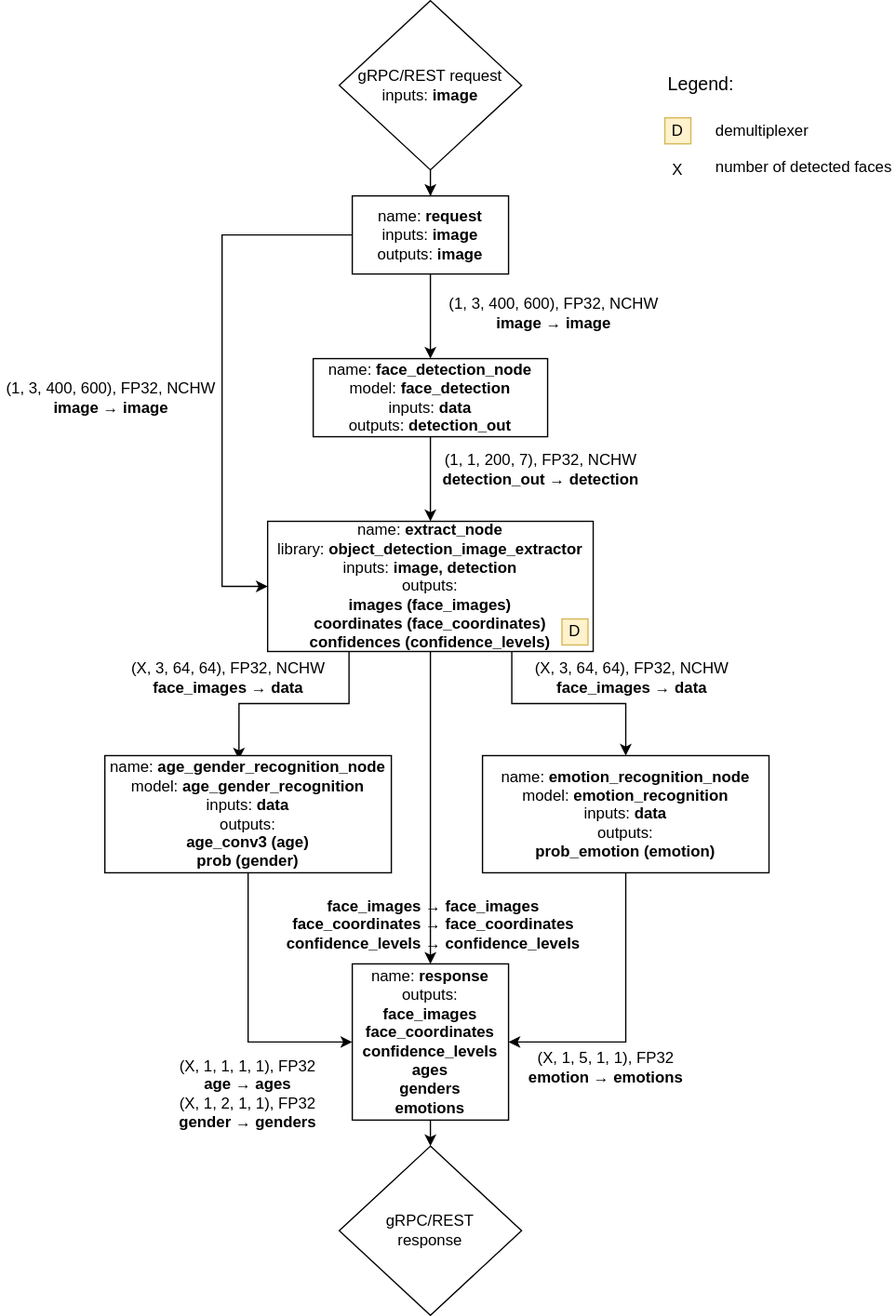
The draw.io diagram docs/faces_analysis_graph.svg in openvinotoolkit/model_server, before a commit. Source tidied: cells renumbered, new cells last; positions are measured from the earlier drawing's top-left corner, leaving out a move shared by most shapes.
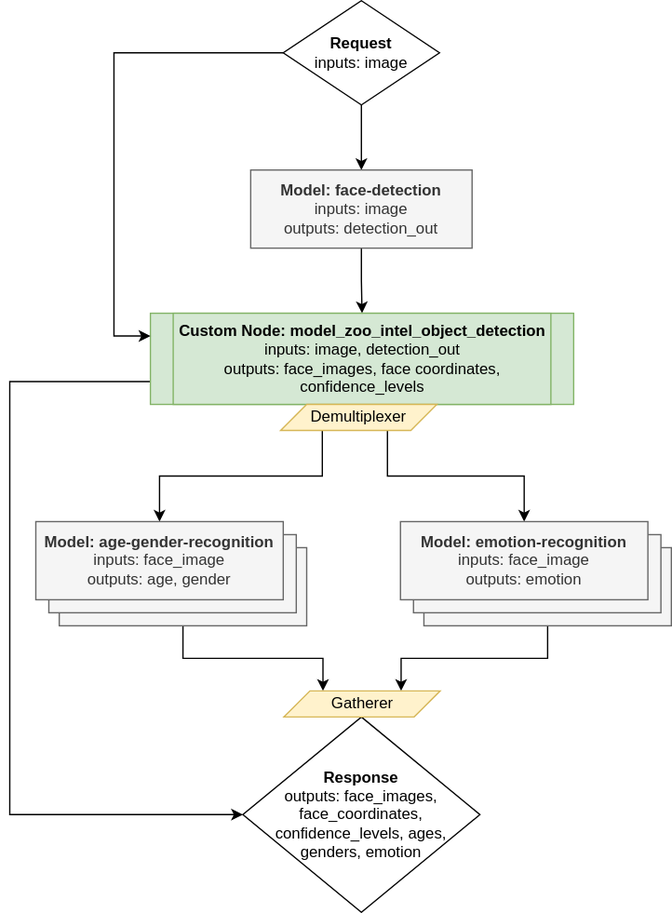
After the commit.

Diff of the diagram source:
```diff
@@ -2,106 +2,88 @@
   <root>
     <mxCell id="0" />
     <mxCell id="1" parent="0" />
-    <mxCell id="2" style="edgeStyle=orthogonalEdgeStyle;rounded=0;jettySize=auto;html=1;entryX=0.5;entryY=0;entryDx=0;entryDy=0;" parent="1" edge="1" source="3" target="6">
-      <mxGeometry relative="1" as="geometry" />
-    </mxCell>
-    <mxCell id="3" value="gRPC/REST request&lt;br&gt;inputs: &lt;b&gt;image&lt;/b&gt;" style="rhombus;whiteSpace=wrap;html=1;" parent="1" vertex="1">
-      <mxGeometry x="260" width="140" height="130" as="geometry" />
-    </mxCell>
-    <mxCell id="4" style="edgeStyle=orthogonalEdgeStyle;rounded=0;jettySize=auto;html=1;entryX=0;entryY=0.5;entryDx=0;entryDy=0;" parent="1" edge="1" source="6" target="12">
-      <mxGeometry relative="1" as="geometry">
-        <Array as="points">
-          <mxPoint x="170" y="180" />
-          <mxPoint x="170" y="450" />
-        </Array>
-      </mxGeometry>
-    </mxCell>
-    <mxCell id="5" style="edgeStyle=orthogonalEdgeStyle;rounded=0;jettySize=auto;html=1;entryX=0.5;entryY=0;entryDx=0;entryDy=0;" parent="1" edge="1" source="6" target="8">
-      <mxGeometry relative="1" as="geometry" />
-    </mxCell>
-    <mxCell id="6" value="name: &lt;b&gt;request&lt;/b&gt;&lt;br&gt;inputs: &lt;b&gt;image&lt;/b&gt;&lt;br&gt;outputs: &lt;b&gt;image&lt;/b&gt;" style="rounded=0;whiteSpace=wrap;html=1;" parent="1" vertex="1">
-      <mxGeometry x="270" y="150" width="120" height="60" as="geometry" />
-    </mxCell>
-    <mxCell id="7" style="edgeStyle=orthogonalEdgeStyle;rounded=0;jettySize=auto;html=1;entryX=0.5;entryY=0;entryDx=0;entryDy=0;" parent="1" edge="1" source="8" target="12">
-      <mxGeometry relative="1" as="geometry" />
-    </mxCell>
-    <mxCell id="8" value="name: &lt;b&gt;face_detection_node&lt;/b&gt;&lt;br&gt;model: &lt;b&gt;face_detection&lt;/b&gt;&lt;br&gt;inputs: &lt;b&gt;data&lt;/b&gt;&lt;br&gt;outputs: &lt;b&gt;detection_out&lt;/b&gt;" style="rounded=0;whiteSpace=wrap;html=1;" parent="1" vertex="1">
-      <mxGeometry x="240" y="275" width="180" height="60" as="geometry" />
-    </mxCell>
-    <mxCell id="9" style="edgeStyle=orthogonalEdgeStyle;rounded=0;jettySize=auto;html=1;exitX=0.75;exitY=1;exitDx=0;exitDy=0;entryX=0.5;entryY=0;entryDx=0;entryDy=0;" parent="1" edge="1" source="12" target="16">
-      <mxGeometry relative="1" as="geometry" />
-    </mxCell>
-    <mxCell id="10" style="edgeStyle=orthogonalEdgeStyle;rounded=0;jettySize=auto;html=1;exitX=0.25;exitY=1;exitDx=0;exitDy=0;entryX=0.468;entryY=0.033;entryDx=0;entryDy=0;entryPerimeter=0;" parent="1" edge="1" source="12" target="14">
-      <mxGeometry relative="1" as="geometry" />
-    </mxCell>
-    <mxCell id="11" style="edgeStyle=orthogonalEdgeStyle;rounded=0;jettySize=auto;html=1;entryX=0.5;entryY=0;entryDx=0;entryDy=0;" parent="1" edge="1" source="12" target="23">
-      <mxGeometry relative="1" as="geometry" />
-    </mxCell>
-    <mxCell id="12" value="name: &lt;b&gt;extract_node&lt;/b&gt;&lt;br&gt;library: &lt;b&gt;object_detection_image_extractor&lt;/b&gt;&lt;br&gt;inputs: &lt;b&gt;image, detection&lt;/b&gt;&lt;br&gt;outputs: &lt;br&gt;&lt;b&gt;images (face_images)&lt;br&gt;coordinates (face_coordinates)&lt;br&gt;confidences (confidence_levels)&lt;/b&gt;" style="rounded=0;whiteSpace=wrap;html=1;" parent="1" vertex="1">
-      <mxGeometry x="205" y="400" width="250" height="100" as="geometry" />
-    </mxCell>
-    <mxCell id="13" style="edgeStyle=orthogonalEdgeStyle;rounded=0;jettySize=auto;html=1;exitX=0.5;exitY=1;exitDx=0;exitDy=0;entryX=0;entryY=0.5;entryDx=0;entryDy=0;" parent="1" edge="1" source="14" target="23">
-      <mxGeometry relative="1" as="geometry" />
-    </mxCell>
-    <mxCell id="14" value="name: &lt;b&gt;age_gender_recognition_node&lt;/b&gt;&lt;br&gt;model: &lt;b&gt;age_gender_recognition&lt;/b&gt;&lt;br&gt;inputs: &lt;b&gt;data&lt;/b&gt;&lt;br&gt;outputs: &lt;br&gt;&lt;b&gt;age_conv3 (age)&lt;br&gt;prob (gender)&lt;/b&gt;" style="rounded=0;whiteSpace=wrap;html=1;" parent="1" vertex="1">
-      <mxGeometry x="80" y="580" width="220" height="90" as="geometry" />
-    </mxCell>
-    <mxCell id="15" style="edgeStyle=orthogonalEdgeStyle;rounded=0;jettySize=auto;html=1;exitX=0.5;exitY=1;exitDx=0;exitDy=0;entryX=1;entryY=0.5;entryDx=0;entryDy=0;" parent="1" edge="1" source="16" target="23">
-      <mxGeometry relative="1" as="geometry" />
-    </mxCell>
-    <mxCell id="16" value="name: &lt;b&gt;emotion_recognition_node&lt;/b&gt;&lt;br&gt;model: &lt;b&gt;emotion_recognition&lt;/b&gt;&lt;br&gt;inputs: &lt;b&gt;data&lt;/b&gt;&lt;br&gt;outputs: &lt;br&gt;&lt;b&gt;prob_emotion (emotion)&lt;/b&gt;" style="rounded=0;whiteSpace=wrap;html=1;" parent="1" vertex="1">
-      <mxGeometry x="370" y="580" width="220" height="90" as="geometry" />
-    </mxCell>
-    <mxCell id="17" value="(1, 3, 400, 600), FP32, NCHW&lt;br&gt;&lt;b&gt;image → image&lt;/b&gt;" style="text;html=1;strokeColor=none;fillColor=none;align=center;verticalAlign=middle;whiteSpace=wrap;rounded=0;" parent="1" vertex="1">
-      <mxGeometry x="340" y="230" width="170" height="20" as="geometry" />
-    </mxCell>
-    <mxCell id="18" value="(1, 1, 200, 7), FP32, NCHW&lt;br&gt;&lt;b&gt;detection_out → detection&lt;/b&gt;" style="text;html=1;strokeColor=none;fillColor=none;align=center;verticalAlign=middle;whiteSpace=wrap;rounded=0;" parent="1" vertex="1">
-      <mxGeometry x="330" y="350" width="170" height="20" as="geometry" />
-    </mxCell>
-    <mxCell id="19" value="(X, 3, 64, 64), FP32, NCHW&lt;br&gt;&lt;b&gt;face_images → data&lt;/b&gt;" style="text;html=1;strokeColor=none;fillColor=none;align=center;verticalAlign=middle;whiteSpace=wrap;rounded=0;" parent="1" vertex="1">
-      <mxGeometry x="400" y="510" width="170" height="20" as="geometry" />
-    </mxCell>
-    <mxCell id="20" value="(X, 3, 64, 64), FP32, NCHW&lt;br&gt;&lt;b&gt;face_images → data&lt;/b&gt;" style="text;html=1;strokeColor=none;fillColor=none;align=center;verticalAlign=middle;whiteSpace=wrap;rounded=0;" parent="1" vertex="1">
-      <mxGeometry x="90" y="510" width="170" height="20" as="geometry" />
-    </mxCell>
-    <mxCell id="21" value="(1, 3, 400, 600), FP32, NCHW&lt;br&gt;&lt;b&gt;image → image&lt;/b&gt;" style="text;html=1;strokeColor=none;fillColor=none;align=center;verticalAlign=middle;whiteSpace=wrap;rounded=0;" parent="1" vertex="1">
-      <mxGeometry y="295" width="170" height="20" as="geometry" />
-    </mxCell>
-    <mxCell id="22" style="edgeStyle=orthogonalEdgeStyle;rounded=0;jettySize=auto;html=1;exitX=0.5;exitY=1;exitDx=0;exitDy=0;entryX=0.5;entryY=0;entryDx=0;entryDy=0;" parent="1" edge="1" source="23" target="27">
-      <mxGeometry relative="1" as="geometry" />
-    </mxCell>
-    <mxCell id="23" value="name: &lt;b&gt;response&lt;/b&gt;&lt;br&gt;outputs:&lt;br&gt;&lt;b&gt;face_images&lt;br&gt;face_coordinates&lt;br&gt;confidence_levels&lt;br&gt;ages&lt;br&gt;genders&lt;br&gt;emotions&lt;/b&gt;" style="rounded=0;whiteSpace=wrap;html=1;" parent="1" vertex="1">
-      <mxGeometry x="270" y="740" width="120" height="120" as="geometry" />
-    </mxCell>
-    <mxCell id="24" value="&lt;b&gt;face_images → face_images&lt;br&gt;face_coordinates&amp;nbsp;&lt;/b&gt;&lt;b&gt;→ face_coordinates&lt;br&gt;&lt;/b&gt;&lt;b&gt;confidence_levels&amp;nbsp;&lt;/b&gt;&lt;b&gt;→ confidence_levels&lt;/b&gt;&lt;b&gt;&lt;br&gt;&lt;/b&gt;" style="text;html=1;strokeColor=none;fillColor=none;align=center;verticalAlign=middle;whiteSpace=wrap;rounded=0;" parent="1" vertex="1">
-      <mxGeometry x="210" y="700" width="245" height="20" as="geometry" />
-    </mxCell>
-    <mxCell id="25" value="(X, 1, 1, 1, 1), FP32&lt;br&gt;&lt;b&gt;age → ages&lt;br&gt;&lt;/b&gt;(X, 1, 2, 1, 1), FP32&lt;br&gt;&lt;b&gt;gender → genders&lt;/b&gt;&lt;b&gt;&lt;br&gt;&lt;/b&gt;" style="text;html=1;strokeColor=none;fillColor=none;align=center;verticalAlign=middle;whiteSpace=wrap;rounded=0;" parent="1" vertex="1">
-      <mxGeometry x="105" y="830" width="170" height="20" as="geometry" />
-    </mxCell>
-    <mxCell id="26" value="(X, 1, 5, 1, 1), FP32&lt;br&gt;&lt;b&gt;emotion → emotions&lt;/b&gt;&lt;b&gt;&lt;br&gt;&lt;/b&gt;" style="text;html=1;strokeColor=none;fillColor=none;align=center;verticalAlign=middle;whiteSpace=wrap;rounded=0;" parent="1" vertex="1">
-      <mxGeometry x="380" y="810" width="170" height="20" as="geometry" />
-    </mxCell>
-    <mxCell id="27" value="gRPC/REST&lt;br&gt;response" style="rhombus;whiteSpace=wrap;html=1;" parent="1" vertex="1">
-      <mxGeometry x="260" y="880" width="140" height="130" as="geometry" />
-    </mxCell>
-    <mxCell id="28" value="D" style="rounded=0;whiteSpace=wrap;html=1;fillColor=#fff2cc;strokeColor=#d6b656;" parent="1" vertex="1">
-      <mxGeometry x="431" y="475" width="20" height="20" as="geometry" />
-    </mxCell>
-    <mxCell id="29" value="D" style="rounded=0;whiteSpace=wrap;html=1;fillColor=#fff2cc;strokeColor=#d6b656;" parent="1" vertex="1">
-      <mxGeometry x="510" y="90" width="20" height="20" as="geometry" />
-    </mxCell>
-    <mxCell id="30" value="demultiplexer" style="text;html=1;strokeColor=none;fillColor=none;align=center;verticalAlign=middle;whiteSpace=wrap;rounded=0;" parent="1" vertex="1">
-      <mxGeometry x="540" y="90" width="90" height="20" as="geometry" />
-    </mxCell>
-    <mxCell id="31" value="&lt;font style=&quot;font-size: 14px&quot;&gt;Legend:&lt;/font&gt;" style="text;html=1;strokeColor=none;fillColor=none;align=center;verticalAlign=middle;whiteSpace=wrap;rounded=0;" parent="1" vertex="1">
-      <mxGeometry x="508" y="54" width="60" height="20" as="geometry" />
-    </mxCell>
-    <mxCell id="32" value="X" style="text;html=1;strokeColor=none;fillColor=none;align=center;verticalAlign=middle;whiteSpace=wrap;rounded=0;" parent="1" vertex="1">
-      <mxGeometry x="500" y="120" width="40" height="20" as="geometry" />
-    </mxCell>
-    <mxCell id="33" value="number of detected faces" style="text;html=1;strokeColor=none;fillColor=none;align=center;verticalAlign=middle;whiteSpace=wrap;rounded=0;" parent="1" vertex="1">
-      <mxGeometry x="547" y="118" width="140" height="20" as="geometry" />
-    </mxCell>
+    <mxCell id="34" style="edgeStyle=orthogonalEdgeStyle;rounded=0;jettySize=auto;html=1;entryX=0.25;entryY=0;entryDx=0;entryDy=0;" parent="1" edge="1" source="35" target="54">
+      <mxGeometry relative="1" as="geometry" />
+    </mxCell>
+    <mxCell id="35" style="rounded=0;whiteSpace=wrap;html=1;fillColor=#f5f5f5;strokeColor=#666666;fontColor=#333333;" parent="1" vertex="1">
+      <mxGeometry x="108" y="450" width="190" height="60" as="geometry" />
+    </mxCell>
+    <mxCell id="36" style="rounded=0;whiteSpace=wrap;html=1;fillColor=#f5f5f5;strokeColor=#666666;fontColor=#333333;" parent="1" vertex="1">
+      <mxGeometry x="100" y="440" width="190" height="60" as="geometry" />
+    </mxCell>
+    <mxCell id="37" style="edgeStyle=orthogonalEdgeStyle;rounded=0;jettySize=auto;html=1;exitX=0;exitY=0.75;exitDx=0;exitDy=0;entryX=0;entryY=0.5;entryDx=0;entryDy=0;" parent="1" edge="1" source="38" target="53">
+      <mxGeometry relative="1" as="geometry">
+        <Array as="points">
+          <mxPoint x="70" y="323" />
+          <mxPoint x="70" y="655" />
+        </Array>
+      </mxGeometry>
+    </mxCell>
+    <mxCell id="38" style="rounded=0;whiteSpace=wrap;html=1;fillColor=#d5e8d4;strokeColor=#82b366;" parent="1" vertex="1">
+      <mxGeometry x="178" y="270" width="325" height="70" as="geometry" />
+    </mxCell>
+    <mxCell id="39" style="edgeStyle=orthogonalEdgeStyle;rounded=0;jettySize=auto;html=1;entryX=0.5;entryY=0;entryDx=0;entryDy=0;" parent="1" edge="1" source="41" target="43">
+      <mxGeometry relative="1" as="geometry" />
+    </mxCell>
+    <mxCell id="40" style="edgeStyle=orthogonalEdgeStyle;rounded=0;jettySize=auto;html=1;exitX=0;exitY=0.5;exitDx=0;exitDy=0;entryX=0;entryY=0.25;entryDx=0;entryDy=0;" parent="1" edge="1" source="41" target="38">
+      <mxGeometry relative="1" as="geometry">
+        <Array as="points">
+          <mxPoint x="150" y="70" />
+          <mxPoint x="150" y="288" />
+        </Array>
+      </mxGeometry>
+    </mxCell>
+    <mxCell id="41" value="&lt;b&gt;Request&lt;/b&gt;&lt;br&gt;inputs: image" style="rhombus;whiteSpace=wrap;html=1;" parent="1" vertex="1">
+      <mxGeometry x="280" y="30" width="120" height="80" as="geometry" />
+    </mxCell>
+    <mxCell id="42" style="edgeStyle=orthogonalEdgeStyle;rounded=0;jettySize=auto;html=1;exitX=0.5;exitY=1;exitDx=0;exitDy=0;entryX=0.5;entryY=0;entryDx=0;entryDy=0;" parent="1" edge="1" source="43" target="44">
+      <mxGeometry relative="1" as="geometry" />
+    </mxCell>
+    <mxCell id="43" value="&lt;b&gt;Model: face-detection&lt;/b&gt;&lt;br&gt;inputs: image&lt;br&gt;outputs: detection_out" style="rounded=0;whiteSpace=wrap;html=1;fillColor=#f5f5f5;strokeColor=#666666;fontColor=#333333;" parent="1" vertex="1">
+      <mxGeometry x="255" y="160" width="170" height="60" as="geometry" />
+    </mxCell>
+    <mxCell id="44" value="&lt;b&gt;Custom Node: model_zoo_intel_object_detection&lt;/b&gt;&lt;br&gt;inputs: image, detection_out&lt;br&gt;outputs: face_images, face coordinates, confidence_levels" style="rounded=0;whiteSpace=wrap;html=1;fillColor=#d5e8d4;strokeColor=#82b366;" parent="1" vertex="1">
+      <mxGeometry x="195.5" y="270" width="290" height="70" as="geometry" />
+    </mxCell>
+    <mxCell id="45" style="edgeStyle=orthogonalEdgeStyle;rounded=0;jettySize=auto;html=1;entryX=0.5;entryY=0;entryDx=0;entryDy=0;" parent="1" edge="1" source="47" target="48">
+      <mxGeometry relative="1" as="geometry">
+        <Array as="points">
+          <mxPoint x="310" y="395" />
+          <mxPoint x="185" y="395" />
+        </Array>
+      </mxGeometry>
+    </mxCell>
+    <mxCell id="46" style="edgeStyle=orthogonalEdgeStyle;rounded=0;jettySize=auto;html=1;entryX=0.5;entryY=0;entryDx=0;entryDy=0;" parent="1" edge="1" source="47" target="52">
+      <mxGeometry relative="1" as="geometry">
+        <Array as="points">
+          <mxPoint x="360" y="395" />
+          <mxPoint x="465" y="395" />
+        </Array>
+      </mxGeometry>
+    </mxCell>
+    <mxCell id="47" value="Demultiplexer" style="shape=parallelogram;perimeter=parallelogramPerimeter;whiteSpace=wrap;html=1;fixedSize=1;fillColor=#fff2cc;strokeColor=#d6b656;" parent="1" vertex="1">
+      <mxGeometry x="278" y="340" width="120" height="20" as="geometry" />
+    </mxCell>
+    <mxCell id="48" value="&lt;b&gt;Model: age-gender-recognition&lt;/b&gt;&lt;br&gt;inputs: face_image&lt;br&gt;outputs: age, gender" style="rounded=0;whiteSpace=wrap;html=1;fillColor=#f5f5f5;strokeColor=#666666;fontColor=#333333;" parent="1" vertex="1">
+      <mxGeometry x="90" y="430" width="190" height="60" as="geometry" />
+    </mxCell>
+    <mxCell id="49" style="edgeStyle=orthogonalEdgeStyle;rounded=0;jettySize=auto;html=1;entryX=0.75;entryY=0;entryDx=0;entryDy=0;" parent="1" edge="1" source="50" target="54">
+      <mxGeometry relative="1" as="geometry" />
+    </mxCell>
+    <mxCell id="50" style="rounded=0;whiteSpace=wrap;html=1;fillColor=#f5f5f5;strokeColor=#666666;fontColor=#333333;" parent="1" vertex="1">
+      <mxGeometry x="388" y="450" width="190" height="60" as="geometry" />
+    </mxCell>
+    <mxCell id="51" style="rounded=0;whiteSpace=wrap;html=1;fillColor=#f5f5f5;strokeColor=#666666;fontColor=#333333;" parent="1" vertex="1">
+      <mxGeometry x="380" y="440" width="190" height="60" as="geometry" />
+    </mxCell>
+    <mxCell id="52" value="&lt;b&gt;Model: emotion-recognition&lt;/b&gt;&lt;br&gt;inputs: face_image&lt;br&gt;outputs: emotion" style="rounded=0;whiteSpace=wrap;html=1;fillColor=#f5f5f5;strokeColor=#666666;fontColor=#333333;" parent="1" vertex="1">
+      <mxGeometry x="370" y="430" width="190" height="60" as="geometry" />
+    </mxCell>
+    <mxCell id="53" value="&lt;b&gt;Response&lt;/b&gt;&lt;br&gt;outputs: face_images, face_coordinates, confidence_levels, ages, genders, emotion" style="rhombus;whiteSpace=wrap;html=1;" parent="1" vertex="1">
+      <mxGeometry x="249" y="580" width="182" height="150" as="geometry" />
+    </mxCell>
+    <mxCell id="54" value="Gatherer" style="shape=parallelogram;perimeter=parallelogramPerimeter;whiteSpace=wrap;html=1;fixedSize=1;fillColor=#fff2cc;strokeColor=#d6b656;" parent="1" vertex="1">
+      <mxGeometry x="280.5" y="560" width="120" height="20" as="geometry" />
+    </mxCell>
   </root>
 </mxGraphModel>
```
